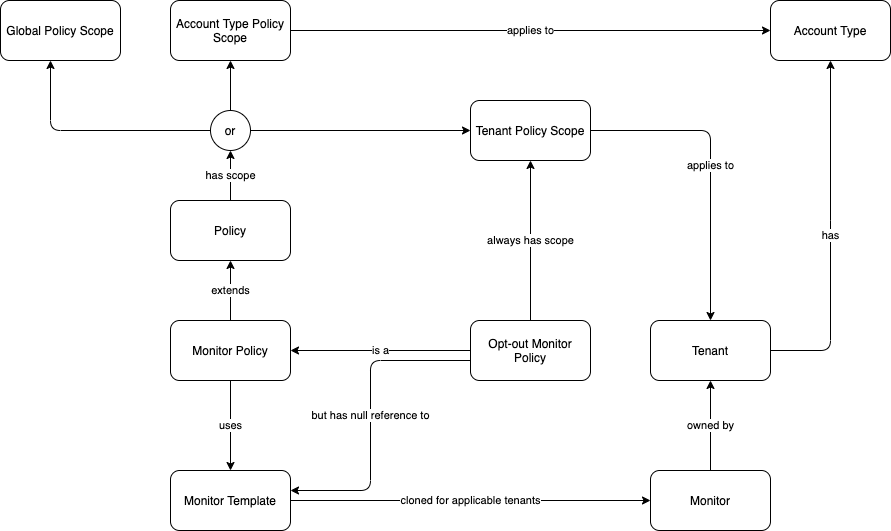
Before: design/policy-management/diagrams/policy-mgmt-concepts.drawio.png, a diagram exported from draw.io (racker/salus-docs). Source tidied: cells renumbered, new cells last; positions are measured from the earlier drawing's top-left corner, leaving out a move shared by most shapes. The source it was exported from:
```xml
<mxGraphModel background="#ffffff">
  <root>
    <mxCell id="0" />
    <mxCell id="1" parent="0" />
    <mxCell id="2" value="Monitor Template" style="whiteSpace=wrap;html=1;rounded=1;" parent="1" vertex="1">
      <mxGeometry x="170" y="470" width="120" height="60" as="geometry" />
    </mxCell>
    <mxCell id="3" value="owned by" style="edgeStyle=orthogonalEdgeStyle;jettySize=auto;html=1;" parent="1" edge="1" source="4" target="10">
      <mxGeometry relative="1" as="geometry" />
    </mxCell>
    <mxCell id="4" value="Monitor" style="whiteSpace=wrap;html=1;rounded=1;" parent="1" vertex="1">
      <mxGeometry x="650" y="470" width="120" height="60" as="geometry" />
    </mxCell>
    <mxCell id="5" value="cloned for applicable tenants" style="edgeStyle=orthogonalEdgeStyle;jettySize=auto;html=1;" parent="1" edge="1" source="2" target="4">
      <mxGeometry relative="1" as="geometry" />
    </mxCell>
    <mxCell id="6" value="uses" style="edgeStyle=orthogonalEdgeStyle;jettySize=auto;html=1;" parent="1" edge="1" source="8" target="2">
      <mxGeometry relative="1" as="geometry" />
    </mxCell>
    <mxCell id="7" value="extends" style="edgeStyle=orthogonalEdgeStyle;jettySize=auto;html=1;" parent="1" edge="1" source="8" target="13">
      <mxGeometry relative="1" as="geometry" />
    </mxCell>
    <mxCell id="8" value="Monitor Policy" style="whiteSpace=wrap;html=1;rounded=1;" parent="1" vertex="1">
      <mxGeometry x="170" y="320" width="120" height="60" as="geometry" />
    </mxCell>
    <mxCell id="9" value="has" style="edgeStyle=orthogonalEdgeStyle;jettySize=auto;html=1;" parent="1" edge="1" source="10" target="11">
      <mxGeometry relative="1" as="geometry">
        <Array as="points">
          <mxPoint x="830" y="350" />
          <mxPoint x="830" y="230" />
        </Array>
      </mxGeometry>
    </mxCell>
    <mxCell id="10" value="Tenant" style="whiteSpace=wrap;html=1;rounded=1;" parent="1" vertex="1">
      <mxGeometry x="650" y="320" width="120" height="60" as="geometry" />
    </mxCell>
    <mxCell id="11" value="Account Type" style="whiteSpace=wrap;html=1;rounded=1;" parent="1" vertex="1">
      <mxGeometry x="770" width="120" height="60" as="geometry" />
    </mxCell>
    <mxCell id="12" value="has scope" style="edgeStyle=orthogonalEdgeStyle;jettySize=auto;html=1;" parent="1" edge="1" source="13" target="26">
      <mxGeometry relative="1" as="geometry" />
    </mxCell>
    <mxCell id="13" value="Policy" style="whiteSpace=wrap;html=1;rounded=1;" parent="1" vertex="1">
      <mxGeometry x="170" y="200" width="120" height="60" as="geometry" />
    </mxCell>
    <mxCell id="14" value="but has null reference to" style="edgeStyle=orthogonalEdgeStyle;jettySize=auto;html=1;" parent="1" edge="1" source="17" target="2">
      <mxGeometry relative="1" as="geometry">
        <Array as="points">
          <mxPoint x="370" y="360" />
          <mxPoint x="370" y="490" />
        </Array>
      </mxGeometry>
    </mxCell>
    <mxCell id="15" value="always has scope" style="edgeStyle=orthogonalEdgeStyle;jettySize=auto;html=1;" parent="1" edge="1" source="17" target="19">
      <mxGeometry relative="1" as="geometry" />
    </mxCell>
    <mxCell id="16" value="is a" style="edgeStyle=orthogonalEdgeStyle;jettySize=auto;html=1;" parent="1" edge="1" source="17" target="8">
      <mxGeometry relative="1" as="geometry" />
    </mxCell>
    <mxCell id="17" value="Opt-out Monitor Policy" style="whiteSpace=wrap;html=1;rounded=1;" parent="1" vertex="1">
      <mxGeometry x="470" y="320" width="120" height="60" as="geometry" />
    </mxCell>
    <mxCell id="18" value="applies to" style="edgeStyle=orthogonalEdgeStyle;jettySize=auto;html=1;" parent="1" edge="1" source="19" target="10">
      <mxGeometry relative="1" as="geometry" />
    </mxCell>
    <mxCell id="19" value="Tenant Policy Scope" style="whiteSpace=wrap;html=1;rounded=1;" parent="1" vertex="1">
      <mxGeometry x="470" y="100" width="120" height="60" as="geometry" />
    </mxCell>
    <mxCell id="20" value="Global Policy Scope" style="whiteSpace=wrap;html=1;rounded=1;" parent="1" vertex="1">
      <mxGeometry width="120" height="60" as="geometry" />
    </mxCell>
    <mxCell id="21" value="applies to" style="edgeStyle=orthogonalEdgeStyle;jettySize=auto;html=1;" parent="1" edge="1" source="22" target="11">
      <mxGeometry relative="1" as="geometry" />
    </mxCell>
    <mxCell id="22" value="Account Type Policy Scope" style="whiteSpace=wrap;html=1;rounded=1;" parent="1" vertex="1">
      <mxGeometry x="170" width="120" height="60" as="geometry" />
    </mxCell>
    <mxCell id="23" style="edgeStyle=orthogonalEdgeStyle;jettySize=auto;html=1;" parent="1" edge="1" source="26" target="22">
      <mxGeometry relative="1" as="geometry" />
    </mxCell>
    <mxCell id="24" style="edgeStyle=orthogonalEdgeStyle;jettySize=auto;html=1;" parent="1" edge="1" source="26" target="20">
      <mxGeometry relative="1" as="geometry">
        <Array as="points">
          <mxPoint x="50" y="130" />
        </Array>
      </mxGeometry>
    </mxCell>
    <mxCell id="25" style="edgeStyle=orthogonalEdgeStyle;jettySize=auto;html=1;" parent="1" edge="1" source="26" target="19">
      <mxGeometry relative="1" as="geometry" />
    </mxCell>
    <mxCell id="26" value="or" style="ellipse;whiteSpace=wrap;html=1;rounded=1;" parent="1" vertex="1">
      <mxGeometry x="210" y="110" width="40" height="40" as="geometry" />
    </mxCell>
  </root>
</mxGraphModel>
```
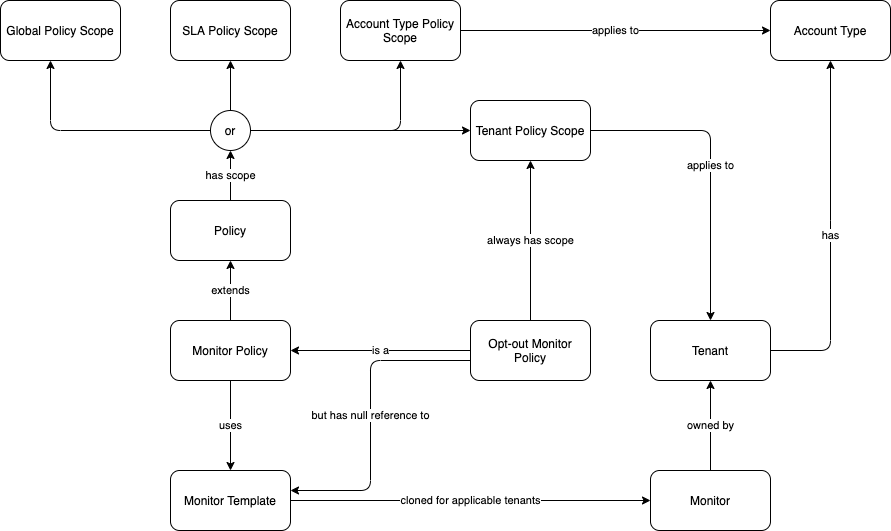
Later version of the same file.

Commit message:
Added SLA policy scope

The edit, as a diff of the source:
```diff
@@ -73,10 +73,14 @@
       <mxGeometry relative="1" as="geometry" />
     </mxCell>
     <mxCell id="22" value="Account Type Policy Scope" style="whiteSpace=wrap;html=1;rounded=1;" parent="1" vertex="1">
-      <mxGeometry x="170" width="120" height="60" as="geometry" />
+      <mxGeometry x="340" width="120" height="60" as="geometry" />
     </mxCell>
     <mxCell id="23" style="edgeStyle=orthogonalEdgeStyle;jettySize=auto;html=1;" parent="1" edge="1" source="26" target="22">
-      <mxGeometry relative="1" as="geometry" />
+      <mxGeometry relative="1" as="geometry">
+        <Array as="points">
+          <mxPoint x="400" y="130" />
+        </Array>
+      </mxGeometry>
     </mxCell>
     <mxCell id="24" style="edgeStyle=orthogonalEdgeStyle;jettySize=auto;html=1;" parent="1" edge="1" source="26" target="20">
       <mxGeometry relative="1" as="geometry">
@@ -86,10 +90,21 @@
       </mxGeometry>
     </mxCell>
     <mxCell id="25" style="edgeStyle=orthogonalEdgeStyle;jettySize=auto;html=1;" parent="1" edge="1" source="26" target="19">
-      <mxGeometry relative="1" as="geometry" />
+      <mxGeometry relative="1" as="geometry">
+        <Array as="points">
+          <mxPoint x="350" y="130" />
+          <mxPoint x="350" y="130" />
+        </Array>
+      </mxGeometry>
     </mxCell>
     <mxCell id="26" value="or" style="ellipse;whiteSpace=wrap;html=1;rounded=1;" parent="1" vertex="1">
       <mxGeometry x="210" y="110" width="40" height="40" as="geometry" />
     </mxCell>
+    <mxCell id="27" value="SLA Policy Scope" style="whiteSpace=wrap;html=1;rounded=1;" parent="1" vertex="1">
+      <mxGeometry x="170" width="120" height="60" as="geometry" />
+    </mxCell>
+    <mxCell id="28" style="edgeStyle=orthogonalEdgeStyle;jettySize=auto;html=1;" parent="1" edge="1" source="26" target="27">
+      <mxGeometry relative="1" as="geometry" />
+    </mxCell>
   </root>
 </mxGraphModel>
```
